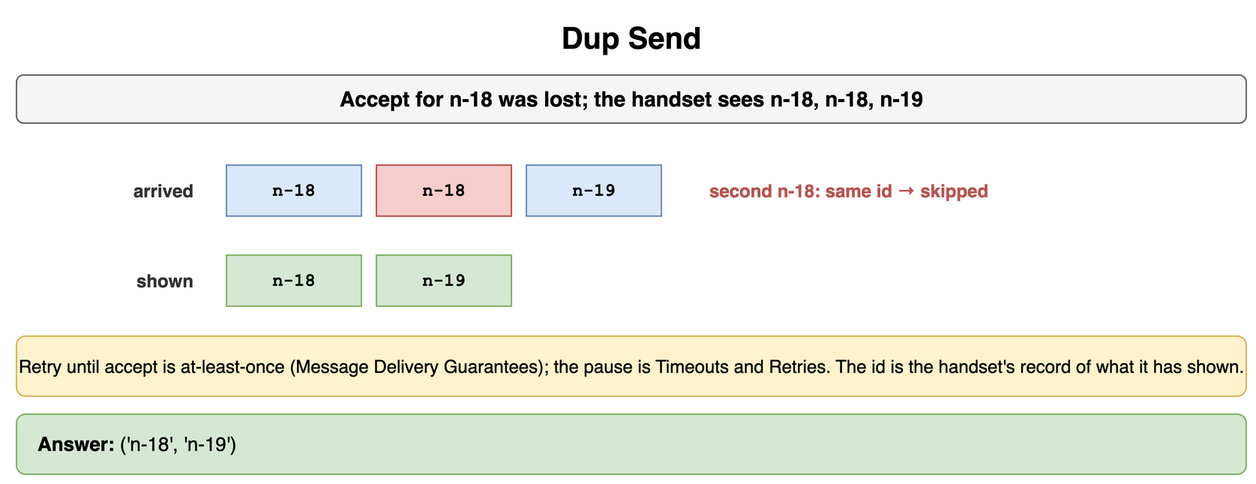
This is content/09_System_Design_Interview/21_Real_Time_and_Notification_Systems/diagrams/notifications-drills-8-dup-send.png from amendez13/swe-study-guide, a draw.io export, as it was before one commit. Source tidied: cells renumbered, new cells last; positions are measured from the earlier drawing's top-left corner, leaving out a move shared by most shapes. Its diagram source:
```xml
<mxGraphModel>
  <root>
    <mxCell id="0" />
    <mxCell id="1" parent="0" />
    <mxCell id="2" value="Dup Send" style="text;html=1;align=center;verticalAlign=middle;whiteSpace=wrap;fontSize=20;fontStyle=1;" parent="1" vertex="1">
      <mxGeometry width="820" height="30" as="geometry" />
    </mxCell>
    <mxCell id="3" value="Accept for n-18 was lost; the handset sees n-18, n-18, n-19" style="rounded=1;whiteSpace=wrap;html=1;fillColor=#f5f5f5;strokeColor=#666666;fontStyle=1;fontSize=14;" parent="1" vertex="1">
      <mxGeometry y="40" width="820" height="32" as="geometry" />
    </mxCell>
    <mxCell id="4" value="arrived" style="text;html=1;whiteSpace=wrap;fontSize=11;align=right;verticalAlign=middle;fontSize=12;fontColor=#333333;fontStyle=1;" parent="1" vertex="1">
      <mxGeometry y="100" width="120" height="34" as="geometry" />
    </mxCell>
    <mxCell id="5" value="n-18" style="rounded=0;whiteSpace=wrap;html=1;fontFamily=Courier New;fontStyle=1;fontSize=13;fillColor=#dae8fc;strokeColor=#6c8ebf;fontSize=12;" parent="1" vertex="1">
      <mxGeometry x="140" y="100" width="90" height="34" as="geometry" />
    </mxCell>
    <mxCell id="6" value="n-18" style="rounded=0;whiteSpace=wrap;html=1;fontFamily=Courier New;fontStyle=1;fontSize=13;fillColor=#f8cecc;strokeColor=#b85450;fontSize=12;" parent="1" vertex="1">
      <mxGeometry x="240" y="100" width="90" height="34" as="geometry" />
    </mxCell>
    <mxCell id="7" value="n-19" style="rounded=0;whiteSpace=wrap;html=1;fontFamily=Courier New;fontStyle=1;fontSize=13;fillColor=#dae8fc;strokeColor=#6c8ebf;fontSize=12;" parent="1" vertex="1">
      <mxGeometry x="340" y="100" width="90" height="34" as="geometry" />
    </mxCell>
    <mxCell id="8" value="shown" style="text;html=1;whiteSpace=wrap;fontSize=11;align=right;verticalAlign=middle;fontSize=12;fontColor=#333333;fontStyle=1;" parent="1" vertex="1">
      <mxGeometry y="160" width="120" height="34" as="geometry" />
    </mxCell>
    <mxCell id="9" value="n-18" style="rounded=0;whiteSpace=wrap;html=1;fontFamily=Courier New;fontStyle=1;fontSize=13;fillColor=#d5e8d4;strokeColor=#82b366;fontSize=12;" parent="1" vertex="1">
      <mxGeometry x="140" y="160" width="90" height="34" as="geometry" />
    </mxCell>
    <mxCell id="10" value="n-19" style="rounded=0;whiteSpace=wrap;html=1;fontFamily=Courier New;fontStyle=1;fontSize=13;fillColor=#d5e8d4;strokeColor=#82b366;fontSize=12;" parent="1" vertex="1">
      <mxGeometry x="240" y="160" width="90" height="34" as="geometry" />
    </mxCell>
    <mxCell id="11" value="second n-18: same id → skipped" style="text;html=1;whiteSpace=wrap;fontSize=11;align=left;verticalAlign=middle;fontSize=12;fontColor=#b85450;fontStyle=1;" parent="1" vertex="1">
      <mxGeometry x="460" y="100" width="360" height="34" as="geometry" />
    </mxCell>
    <mxCell id="12" value="Retry until accept is at-least-once (Message Delivery Guarantees); the pause is Timeouts and Retries. The id is the handset's record of what it has shown." style="rounded=1;whiteSpace=wrap;html=1;fillColor=#fff2cc;strokeColor=#d6b656;fontSize=12;align=center;" parent="1" vertex="1">
      <mxGeometry y="214" width="820" height="40" as="geometry" />
    </mxCell>
    <mxCell id="13" value="&lt;b&gt;Answer:&lt;/b&gt; ('n-18', 'n-19')" style="rounded=1;whiteSpace=wrap;html=1;fillColor=#d5e8d4;strokeColor=#82b366;fontSize=13;align=left;spacingLeft=12;" parent="1" vertex="1">
      <mxGeometry y="266" width="820" height="40" as="geometry" />
    </mxCell>
  </root>
</mxGraphModel>
```
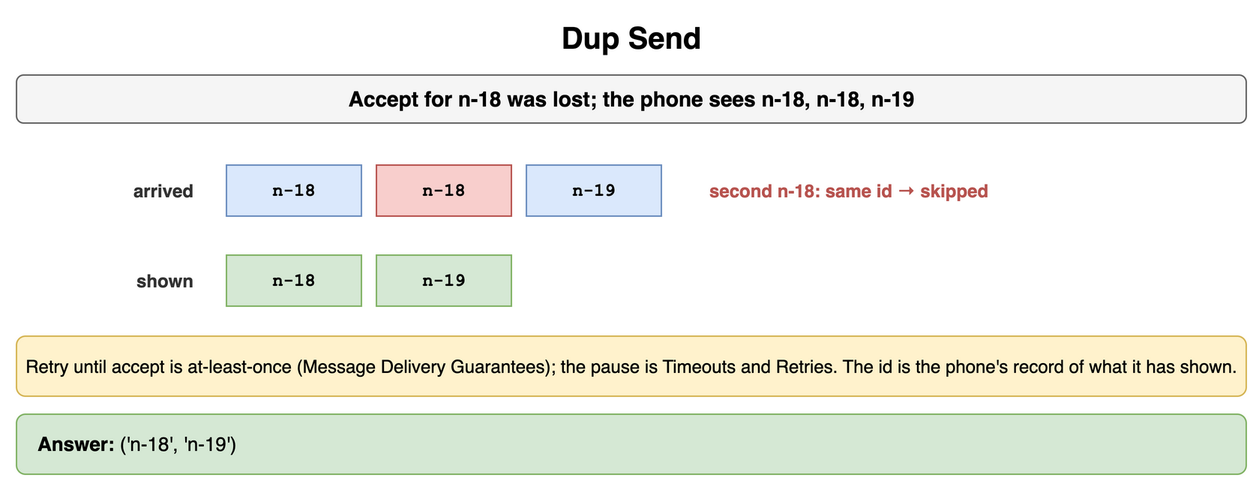
Later version of the same file.

What changed in the source:
```diff
@@ -5,7 +5,7 @@
     <mxCell id="2" value="Dup Send" style="text;html=1;align=center;verticalAlign=middle;whiteSpace=wrap;fontSize=20;fontStyle=1;" parent="1" vertex="1">
       <mxGeometry width="820" height="30" as="geometry" />
     </mxCell>
-    <mxCell id="3" value="Accept for n-18 was lost; the handset sees n-18, n-18, n-19" style="rounded=1;whiteSpace=wrap;html=1;fillColor=#f5f5f5;strokeColor=#666666;fontStyle=1;fontSize=14;" parent="1" vertex="1">
+    <mxCell id="3" value="Accept for n-18 was lost; the phone sees n-18, n-18, n-19" style="rounded=1;whiteSpace=wrap;html=1;fillColor=#f5f5f5;strokeColor=#666666;fontStyle=1;fontSize=14;" parent="1" vertex="1">
       <mxGeometry y="40" width="820" height="32" as="geometry" />
     </mxCell>
     <mxCell id="4" value="arrived" style="text;html=1;whiteSpace=wrap;fontSize=11;align=right;verticalAlign=middle;fontSize=12;fontColor=#333333;fontStyle=1;" parent="1" vertex="1">
@@ -32,7 +32,7 @@
     <mxCell id="11" value="second n-18: same id → skipped" style="text;html=1;whiteSpace=wrap;fontSize=11;align=left;verticalAlign=middle;fontSize=12;fontColor=#b85450;fontStyle=1;" parent="1" vertex="1">
       <mxGeometry x="460" y="100" width="360" height="34" as="geometry" />
     </mxCell>
-    <mxCell id="12" value="Retry until accept is at-least-once (Message Delivery Guarantees); the pause is Timeouts and Retries. The id is the handset's record of what it has shown." style="rounded=1;whiteSpace=wrap;html=1;fillColor=#fff2cc;strokeColor=#d6b656;fontSize=12;align=center;" parent="1" vertex="1">
+    <mxCell id="12" value="Retry until accept is at-least-once (Message Delivery Guarantees); the pause is Timeouts and Retries. The id is the phone's record of what it has shown." style="rounded=1;whiteSpace=wrap;html=1;fillColor=#fff2cc;strokeColor=#d6b656;fontSize=12;align=center;" parent="1" vertex="1">
       <mxGeometry y="214" width="820" height="40" as="geometry" />
     </mxCell>
     <mxCell id="13" value="&lt;b&gt;Answer:&lt;/b&gt; ('n-18', 'n-19')" style="rounded=1;whiteSpace=wrap;html=1;fillColor=#d5e8d4;strokeColor=#82b366;fontSize=13;align=left;spacingLeft=12;" parent="1" vertex="1">
```
